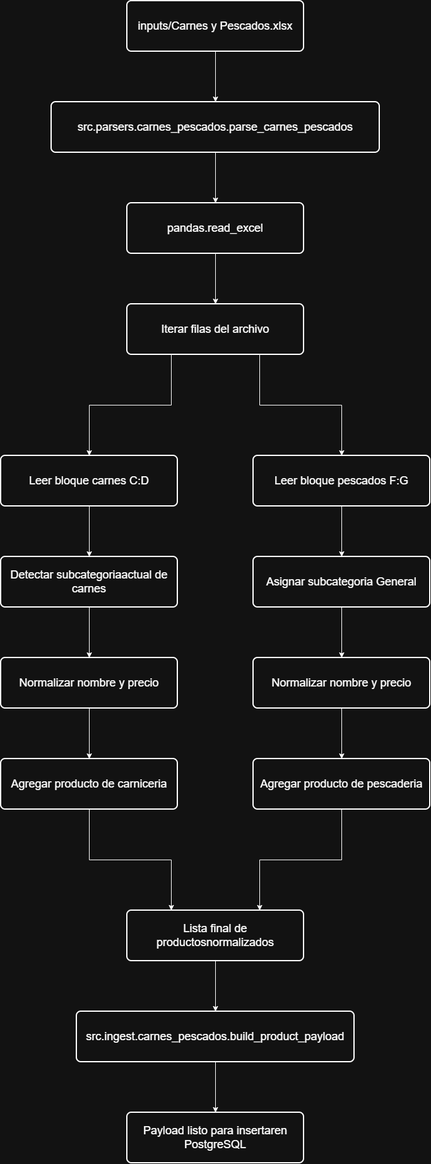
Before: docs/diagrama-de-flujo-carnes-y-pescados.png, a diagram exported from draw.io (nicolasfoster82/WNS-instancia-evaluativa). Source tidied: cells renumbered, new cells last; positions are measured from the earlier drawing's top-left corner, leaving out a move shared by most shapes.
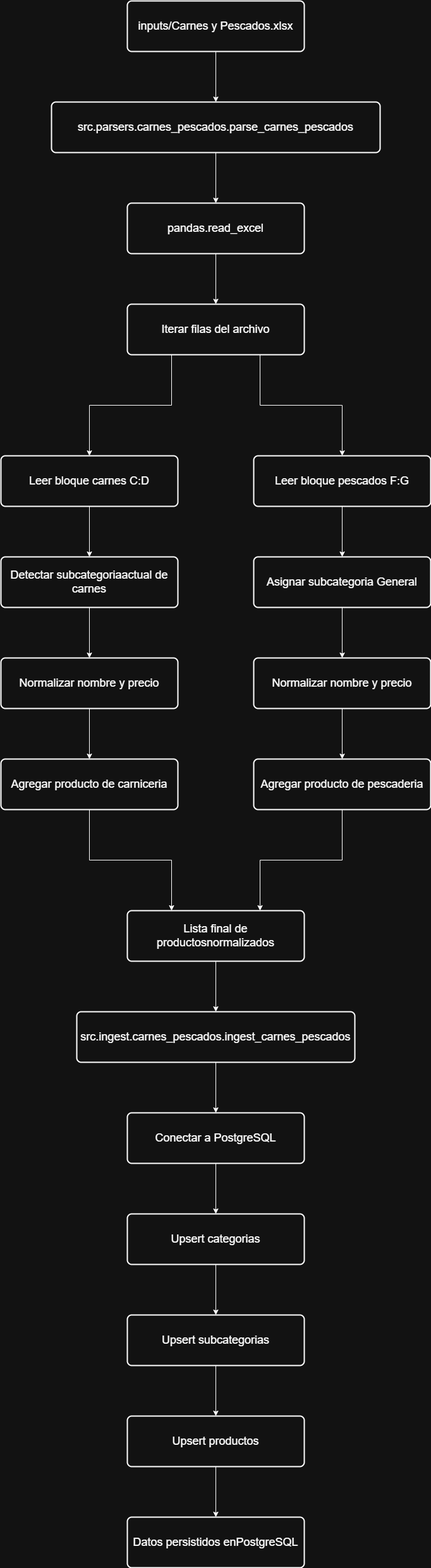
Later version of the same file.

Commit message:
Agregar ingesta de carnes y pescados en PostgreSQL

Diff of the diagram source:
```diff
@@ -86,11 +86,35 @@
     <mxCell id="29" style="edgeStyle=orthogonalEdgeStyle;rounded=0;jettySize=auto;html=1;" parent="1" edge="1" source="30" target="31">
       <mxGeometry relative="1" as="geometry" />
     </mxCell>
-    <mxCell id="30" value="&lt;div&gt;src.ingest.carnes_pescados.build_product_payload&lt;/div&gt;" style="rounded=1;whiteSpace=wrap;html=1;absoluteArcSize=1;arcSize=14;strokeWidth=2;fontSize=18;" parent="1" vertex="1">
+    <mxCell id="30" value="&lt;div&gt;src.ingest.carnes_pescados.ingest_carnes_pescados&lt;/div&gt;" style="rounded=1;whiteSpace=wrap;html=1;absoluteArcSize=1;arcSize=14;strokeWidth=2;fontSize=18;" parent="1" vertex="1">
       <mxGeometry x="120" y="1600" width="440" height="80" as="geometry" />
     </mxCell>
+    <mxCell id="32" style="edgeStyle=orthogonalEdgeStyle;rounded=0;jettySize=auto;html=1;" parent="1" edge="1" source="31" target="34">
+      <mxGeometry relative="1" as="geometry" />
+    </mxCell>
-    <mxCell id="31" value="&lt;div&gt;Payload listo para insertaren PostgreSQL&lt;/div&gt;" style="rounded=1;whiteSpace=wrap;html=1;absoluteArcSize=1;arcSize=14;strokeWidth=2;fontSize=18;" parent="1" vertex="1">
+    <mxCell id="31" value="&lt;div&gt;Conectar a PostgreSQL&lt;/div&gt;" style="rounded=1;whiteSpace=wrap;html=1;absoluteArcSize=1;arcSize=14;strokeWidth=2;fontSize=18;" parent="1" vertex="1">
       <mxGeometry x="200" y="1760" width="280" height="80" as="geometry" />
     </mxCell>
+    <mxCell id="33" style="edgeStyle=orthogonalEdgeStyle;rounded=0;jettySize=auto;html=1;" parent="1" edge="1" source="34" target="36">
+      <mxGeometry relative="1" as="geometry" />
+    </mxCell>
+    <mxCell id="34" value="&lt;div&gt;Upsert categorias&lt;/div&gt;" style="rounded=1;whiteSpace=wrap;html=1;absoluteArcSize=1;arcSize=14;strokeWidth=2;fontSize=18;" parent="1" vertex="1">
+      <mxGeometry x="200" y="1920" width="280" height="80" as="geometry" />
+    </mxCell>
+    <mxCell id="35" style="edgeStyle=orthogonalEdgeStyle;rounded=0;jettySize=auto;html=1;" parent="1" edge="1" source="36" target="38">
+      <mxGeometry relative="1" as="geometry" />
+    </mxCell>
+    <mxCell id="36" value="&lt;div&gt;Upsert subcategorias&lt;/div&gt;" style="rounded=1;whiteSpace=wrap;html=1;absoluteArcSize=1;arcSize=14;strokeWidth=2;fontSize=18;" parent="1" vertex="1">
+      <mxGeometry x="200" y="2080" width="280" height="80" as="geometry" />
+    </mxCell>
+    <mxCell id="37" style="edgeStyle=orthogonalEdgeStyle;rounded=0;jettySize=auto;html=1;" parent="1" edge="1" source="38" target="39">
+      <mxGeometry relative="1" as="geometry" />
+    </mxCell>
+    <mxCell id="38" value="&lt;div&gt;Upsert productos&lt;/div&gt;" style="rounded=1;whiteSpace=wrap;html=1;absoluteArcSize=1;arcSize=14;strokeWidth=2;fontSize=18;" parent="1" vertex="1">
+      <mxGeometry x="200" y="2240" width="280" height="80" as="geometry" />
+    </mxCell>
+    <mxCell id="39" value="&lt;div&gt;Datos persistidos enPostgreSQL&lt;/div&gt;" style="rounded=1;whiteSpace=wrap;html=1;absoluteArcSize=1;arcSize=14;strokeWidth=2;fontSize=18;" parent="1" vertex="1">
+      <mxGeometry x="200" y="2400" width="280" height="80" as="geometry" />
+    </mxCell>
   </root>
 </mxGraphModel>
```
